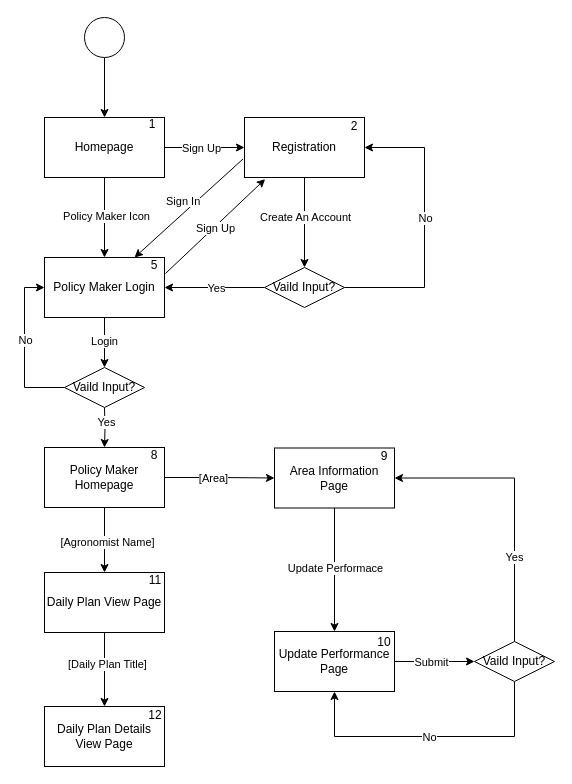
Before: page "Policy Maker" (2 of 3) of DD/diagrams/webapp flow diagrams.drawio in ictar/DREAM-SE2-Project-2022, a draw.io diagram. Source tidied: cells renumbered, new cells numbered last; positions are measured from the earlier drawing's top-left corner, leaving out a move shared by most shapes. Both pictures are drawn from the tidied source at 100%, with x=0, y=0 at pixel (24, 17).
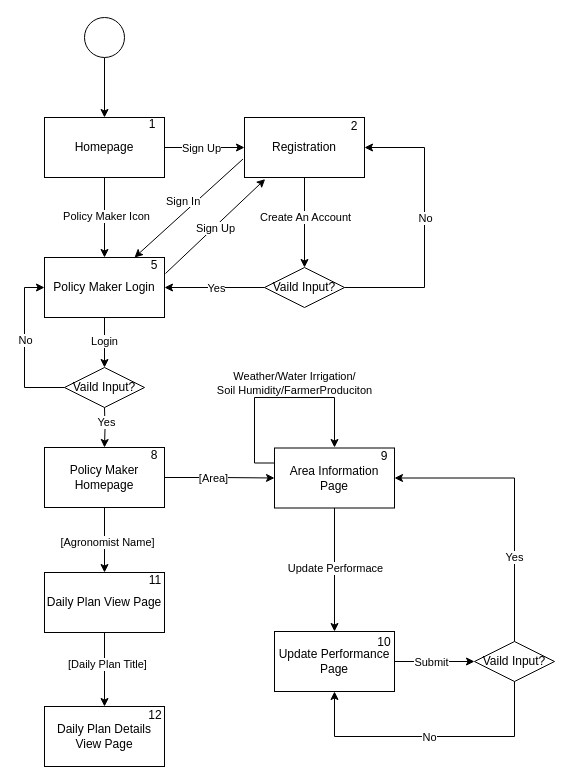
The same page after the edit.

Unchanged cells that the change refers to:
```xml
<mxCell id="31" value="Area Information Page" style="rounded=0;whiteSpace=wrap;html=1;fillColor=#FFFFFF;strokeColor=default;" parent="1" vertex="1">
  <mxGeometry x="250" y="430.5" width="120" height="60" as="geometry" />
</mxCell>
```

Change to the diagram source:
```diff
@@
+    <mxCell id="57" style="edgeStyle=orthogonalEdgeStyle;rounded=0;jettySize=auto;html=1;exitX=0;exitY=0.25;exitDx=0;exitDy=0;" parent="1" edge="1" source="31">
+      <mxGeometry relative="1" as="geometry">
+        <mxPoint x="310" y="430" as="targetPoint" />
+        <Array as="points">
+          <mxPoint x="230" y="446" />
+          <mxPoint x="230" y="380" />
+          <mxPoint x="310" y="380" />
+        </Array>
+      </mxGeometry>
+    </mxCell>
+    <mxCell id="58" value="Weather/Water Irrigation/&lt;br&gt;Soil Humidity/FarmerProduciton" style="edgeLabel;html=1;align=center;verticalAlign=middle;" parent="57" vertex="1">
+      <mxGeometry x="0.29" y="2" relative="1" as="geometry">
+        <mxPoint x="-14" y="-13" as="offset" />
+      </mxGeometry>
+    </mxCell>
```
